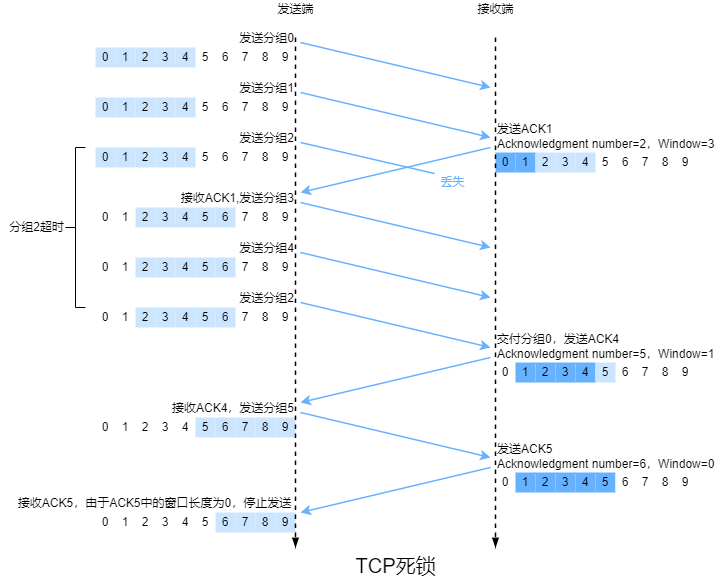
The draw.io diagram compute-networking/img/deadlock_of_tcp.png in an-die-freude/computer-network-note, before a commit. Source tidied: cells renumbered, new cells last; positions are measured from the earlier drawing's top-left corner, leaving out a move shared by most shapes.
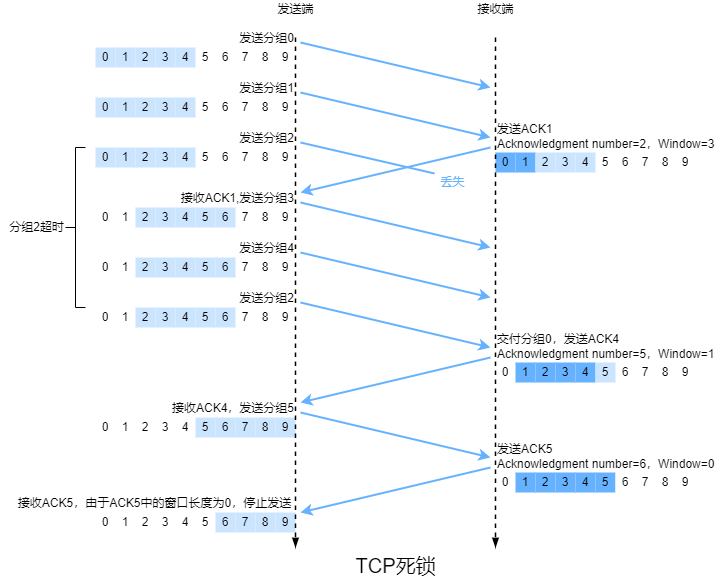
Later version of the same file.

Diff of the diagram source:
```diff
@@ -11,7 +11,7 @@
     <mxCell id="4" value="TCP死锁" style="text;html=1;align=center;verticalAlign=middle;strokeColor=none;fillColor=none;fontSize=20;" parent="1" vertex="1">
       <mxGeometry x="350" y="551" width="90" height="28" as="geometry" />
     </mxCell>
-    <mxCell id="5" style="endArrow=classic;html=1;rounded=0;fontSize=20;strokeWidth=1.5;strokeColor=#66B2FF;" parent="1" edge="1">
+    <mxCell id="5" style="endArrow=classic;html=1;rounded=0;fontSize=20;strokeWidth=2;strokeColor=#66B2FF;" parent="1" edge="1">
       <mxGeometry relative="1" as="geometry">
         <mxPoint x="300" y="42" as="sourcePoint" />
         <mxPoint x="490" y="87" as="targetPoint" />
@@ -56,7 +56,7 @@
     <mxCell id="18" value="9" style="shape=partialRectangle;html=1;whiteSpace=wrap;overflow=hidden;fillColor=none;top=0;left=0;bottom=0;right=0;fontSize=12;" parent="8" vertex="1">
       <mxGeometry x="180" width="20" height="20" as="geometry" />
     </mxCell>
-    <mxCell id="19" style="endArrow=classic;html=1;rounded=0;fontSize=20;strokeWidth=1.5;strokeColor=#66B2FF;" parent="1" edge="1">
+    <mxCell id="19" style="endArrow=classic;html=1;rounded=0;fontSize=20;strokeWidth=2;strokeColor=#66B2FF;" parent="1" edge="1">
       <mxGeometry relative="1" as="geometry">
         <mxPoint x="300" y="92" as="sourcePoint" />
         <mxPoint x="490" y="137" as="targetPoint" />
@@ -101,7 +101,7 @@
     <mxCell id="32" value="9" style="shape=partialRectangle;html=1;whiteSpace=wrap;overflow=hidden;fillColor=none;top=0;left=0;bottom=0;right=0;fontSize=12;" parent="22" vertex="1">
       <mxGeometry x="180" width="20" height="20" as="geometry" />
     </mxCell>
-    <mxCell id="33" style="endArrow=none;html=1;rounded=0;fontSize=20;strokeWidth=1.5;strokeColor=#66B2FF;endFill=0;" parent="1" edge="1">
+    <mxCell id="33" style="endArrow=none;html=1;rounded=0;fontSize=20;strokeWidth=2;strokeColor=#66B2FF;endFill=0;" parent="1" edge="1">
       <mxGeometry relative="1" as="geometry">
         <mxPoint x="300" y="142" as="sourcePoint" />
         <mxPoint x="434" y="173" as="targetPoint" />
@@ -113,7 +113,7 @@
     <mxCell id="35" value="丢失" style="text;html=1;align=center;verticalAlign=middle;strokeColor=none;fillColor=none;fontSize=12;fontColor=#66B2FF;" parent="1" vertex="1">
       <mxGeometry x="435" y="173" width="34" height="18" as="geometry" />
     </mxCell>
-    <mxCell id="36" style="endArrow=classic;html=1;rounded=0;fontSize=20;strokeWidth=1.5;strokeColor=#66B2FF;" parent="1" edge="1">
+    <mxCell id="36" style="endArrow=classic;html=1;rounded=0;fontSize=20;strokeWidth=2;strokeColor=#66B2FF;" parent="1" edge="1">
       <mxGeometry relative="1" as="geometry">
         <mxPoint x="490" y="147" as="sourcePoint" />
         <mxPoint x="300" y="192" as="targetPoint" />
@@ -122,19 +122,19 @@
     <mxCell id="37" value="发送ACK1&lt;br&gt;Acknowledgment number=2，Window=3" style="text;html=1;align=left;verticalAlign=middle;strokeColor=none;fillColor=none;fontSize=12;" parent="1" vertex="1">
       <mxGeometry x="495" y="120" width="227" height="32" as="geometry" />
     </mxCell>
-    <mxCell id="38" style="endArrow=classic;html=1;rounded=0;fontSize=20;strokeWidth=1.5;strokeColor=#66B2FF;" parent="1" edge="1">
+    <mxCell id="38" style="endArrow=classic;html=1;rounded=0;fontSize=20;strokeWidth=2;strokeColor=#66B2FF;" parent="1" edge="1">
       <mxGeometry relative="1" as="geometry">
         <mxPoint x="300" y="202" as="sourcePoint" />
         <mxPoint x="490" y="247" as="targetPoint" />
       </mxGeometry>
     </mxCell>
-    <mxCell id="39" style="endArrow=classic;html=1;rounded=0;fontSize=20;strokeWidth=1.5;strokeColor=#66B2FF;" parent="1" edge="1">
+    <mxCell id="39" style="endArrow=classic;html=1;rounded=0;fontSize=20;strokeWidth=2;strokeColor=#66B2FF;" parent="1" edge="1">
       <mxGeometry relative="1" as="geometry">
         <mxPoint x="300" y="252" as="sourcePoint" />
         <mxPoint x="490" y="297" as="targetPoint" />
       </mxGeometry>
     </mxCell>
-    <mxCell id="40" style="endArrow=classic;html=1;rounded=0;fontSize=20;strokeWidth=1.5;strokeColor=#66B2FF;" parent="1" edge="1">
+    <mxCell id="40" style="endArrow=classic;html=1;rounded=0;fontSize=20;strokeWidth=2;strokeColor=#66B2FF;" parent="1" edge="1">
       <mxGeometry relative="1" as="geometry">
         <mxPoint x="300" y="302" as="sourcePoint" />
         <mxPoint x="490" y="347" as="targetPoint" />
@@ -263,7 +263,7 @@
     <mxCell id="81" value="分组2超时" style="text;html=1;align=right;verticalAlign=middle;strokeColor=none;fillColor=none;fontSize=12;fontColor=#000000;" parent="1" vertex="1">
       <mxGeometry y="218" width="65" height="18" as="geometry" />
     </mxCell>
-    <mxCell id="82" style="endArrow=classic;html=1;rounded=0;fontSize=20;strokeWidth=1.5;strokeColor=#66B2FF;" parent="1" edge="1">
+    <mxCell id="82" style="endArrow=classic;html=1;rounded=0;fontSize=20;strokeWidth=2;strokeColor=#66B2FF;" parent="1" edge="1">
       <mxGeometry relative="1" as="geometry">
         <mxPoint x="490" y="357" as="sourcePoint" />
         <mxPoint x="300" y="402" as="targetPoint" />
@@ -344,7 +344,7 @@
     <mxCell id="107" value="9" style="shape=partialRectangle;html=1;whiteSpace=wrap;overflow=hidden;fillColor=none;top=0;left=0;bottom=0;right=0;fontSize=12;" parent="97" vertex="1">
       <mxGeometry x="180" width="20" height="20" as="geometry" />
     </mxCell>
-    <mxCell id="108" style="endArrow=classic;html=1;rounded=0;fontSize=20;strokeWidth=1.5;strokeColor=#66B2FF;" parent="1" edge="1">
+    <mxCell id="108" style="endArrow=classic;html=1;rounded=0;fontSize=20;strokeWidth=2;strokeColor=#66B2FF;" parent="1" edge="1">
       <mxGeometry relative="1" as="geometry">
         <mxPoint x="300" y="412" as="sourcePoint" />
         <mxPoint x="490" y="457" as="targetPoint" />
@@ -389,7 +389,7 @@
     <mxCell id="121" value="9" style="shape=partialRectangle;html=1;whiteSpace=wrap;overflow=hidden;fillColor=#CCE5FF;top=0;left=0;bottom=0;right=0;fontSize=12;" parent="111" vertex="1">
       <mxGeometry x="180" width="20" height="20" as="geometry" />
     </mxCell>
-    <mxCell id="122" style="endArrow=classic;html=1;rounded=0;fontSize=20;strokeWidth=1.5;strokeColor=#66B2FF;" parent="1" edge="1">
+    <mxCell id="122" style="endArrow=classic;html=1;rounded=0;fontSize=20;strokeWidth=2;strokeColor=#66B2FF;" parent="1" edge="1">
       <mxGeometry relative="1" as="geometry">
         <mxPoint x="490" y="467" as="sourcePoint" />
         <mxPoint x="300" y="512" as="targetPoint" />
```
